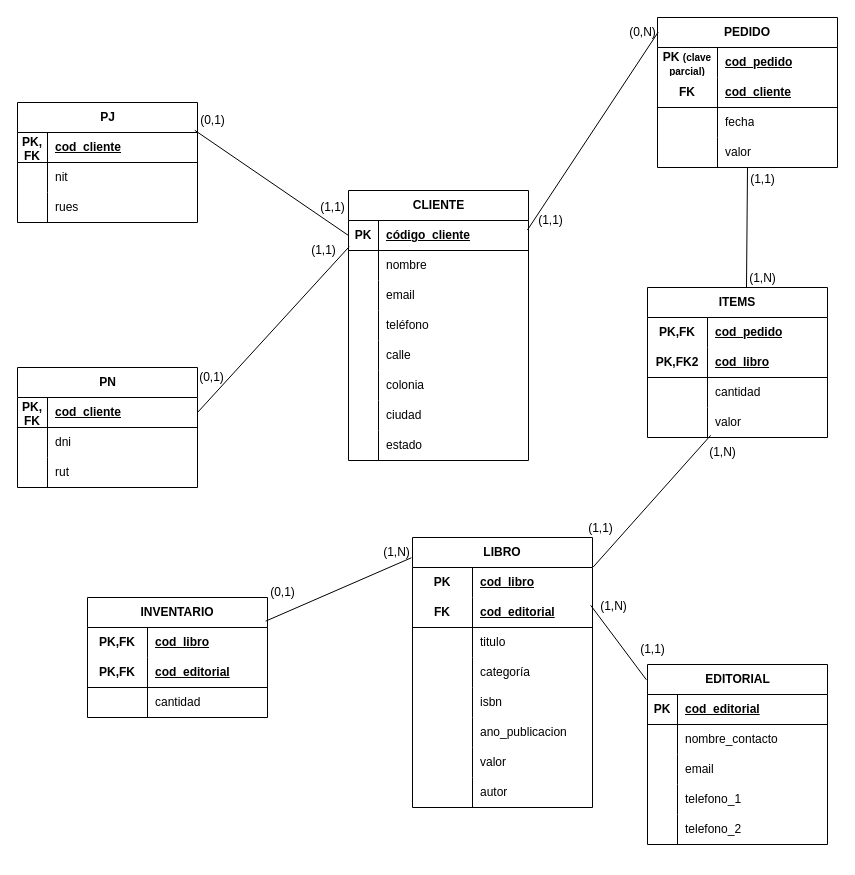
Before: page "Modelo-logico" (2 of 2) of modelo.drawio in MichMDLT/Modelaje-BaseDatos, a draw.io diagram. Source tidied: cells renumbered, new cells numbered last; positions are measured from the earlier drawing's top-left corner, leaving out a move shared by most shapes. Both pictures are drawn from the tidied source at 100%, with x=0, y=0 at pixel (17, 17).
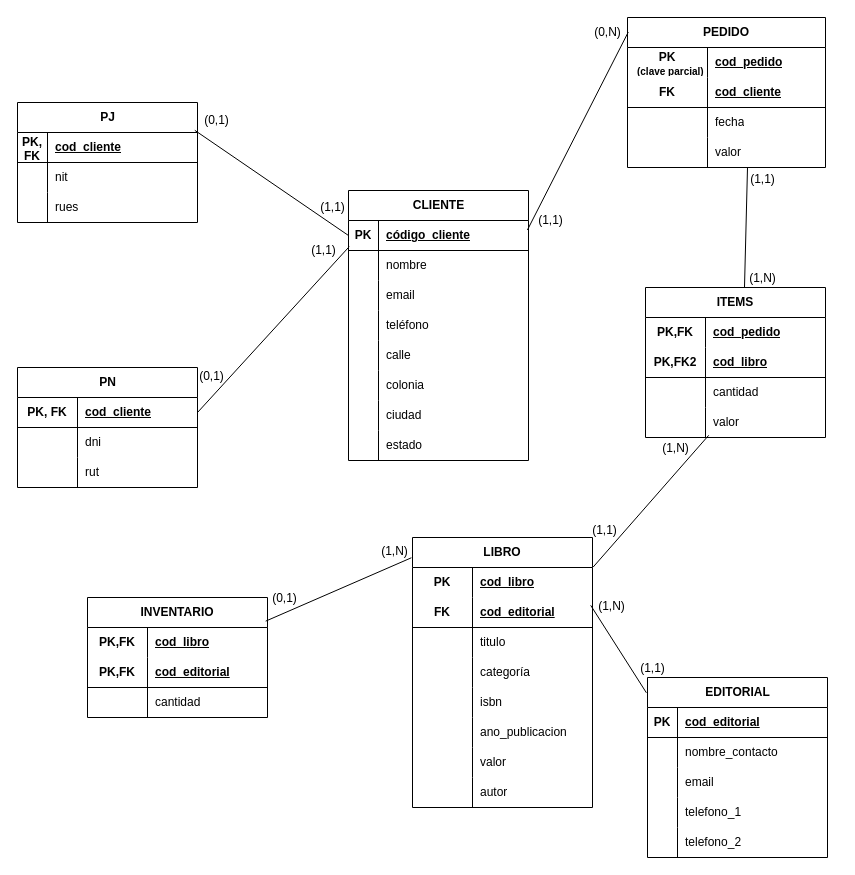
After the change.

Unchanged cells that the change refers to:
```xml
<mxCell id="105" style="shape=tableRow;horizontal=0;startSize=0;swimlaneHead=0;swimlaneBody=0;fillColor=none;points=[[0,0.5],[1,0.5]];portConstraint=eastwest;top=0;left=0;right=0;bottom=1;" parent="104" vertex="1">
  <mxGeometry y="30" width="180" height="30" as="geometry" />
</mxCell>
<mxCell id="108" style="shape=tableRow;horizontal=0;startSize=0;swimlaneHead=0;swimlaneBody=0;fillColor=none;top=0;left=0;right=0;bottom=0;" parent="104" vertex="1">
  <mxGeometry y="60" width="180" height="30" as="geometry" />
</mxCell>
<mxCell id="111" style="shape=tableRow;horizontal=0;startSize=0;swimlaneHead=0;swimlaneBody=0;fillColor=none;top=0;left=0;right=0;bottom=0;" parent="104" vertex="1">
  <mxGeometry y="90" width="180" height="30" as="geometry" />
</mxCell>
```

What changed in the source:
```diff
@@
     <mxCell id="27" value="EDITORIAL" style="shape=table;startSize=30;childLayout=tableLayout;rowLines=0;fontStyle=1;align=center;html=1;" parent="1" vertex="1">
-      <mxGeometry x="630" y="647" width="180" height="180" as="geometry" />
+      <mxGeometry x="630" y="660" width="180" height="180" as="geometry" />
     </mxCell>
@@
     <mxCell id="43" value="PEDIDO" style="shape=table;startSize=30;childLayout=tableLayout;rowLines=0;fontStyle=1;align=center;html=1;whiteSpace=wrap;" parent="1" vertex="1">
-      <mxGeometry x="640" width="180" height="150" as="geometry" />
+      <mxGeometry x="610" width="198" height="150" as="geometry" />
     </mxCell>
     <mxCell id="44" style="shape=tableRow;horizontal=0;startSize=0;swimlaneHead=0;swimlaneBody=0;fillColor=none;top=0;left=0;right=0;bottom=0;html=1;" parent="43" vertex="1">
-      <mxGeometry y="30" width="180" height="30" as="geometry" />
+      <mxGeometry y="30" width="198" height="30" as="geometry" />
     </mxCell>
-    <mxCell id="45" value="PK &lt;font style=&quot;font-size: 10px;&quot;&gt;(clave parcial)&lt;/font&gt;" style="shape=partialRectangle;fillColor=none;top=0;left=0;bottom=0;right=0;fontStyle=1;overflow=hidden;html=1;whiteSpace=wrap;" parent="44" vertex="1">
-      <mxGeometry width="60" height="30" as="geometry" />
+    <mxCell id="45" value="PK&lt;div&gt;&amp;nbsp; &lt;font style=&quot;font-size: 10px;&quot;&gt;(clave parcial)&lt;/font&gt;&lt;/div&gt;" style="shape=partialRectangle;fillColor=none;top=0;left=0;bottom=0;right=0;fontStyle=1;overflow=hidden;html=1;whiteSpace=wrap;" parent="44" vertex="1">
+      <mxGeometry width="80" height="30" as="geometry" />
     </mxCell>
     <mxCell id="46" value="cod_pedido" style="shape=partialRectangle;fillColor=none;top=0;left=0;bottom=0;right=0;align=left;spacingLeft=6;fontStyle=5;overflow=hidden;html=1;whiteSpace=wrap;" parent="44" vertex="1">
-      <mxGeometry x="60" width="120" height="30" as="geometry" />
+      <mxGeometry x="80" width="118" height="30" as="geometry" />
     </mxCell>
     <mxCell id="47" style="shape=tableRow;horizontal=0;startSize=0;swimlaneHead=0;swimlaneBody=0;fillColor=none;top=0;left=0;right=0;bottom=1;html=1;" parent="43" vertex="1">
-      <mxGeometry y="60" width="180" height="30" as="geometry" />
+      <mxGeometry y="60" width="198" height="30" as="geometry" />
     </mxCell>
     <mxCell id="48" value="FK" style="shape=partialRectangle;fillColor=none;top=0;left=0;bottom=0;right=0;fontStyle=1;overflow=hidden;html=1;whiteSpace=wrap;" parent="47" vertex="1">
-      <mxGeometry width="60" height="30" as="geometry" />
+      <mxGeometry width="80" height="30" as="geometry" />
     </mxCell>
     <mxCell id="49" value="cod_cliente" style="shape=partialRectangle;fillColor=none;top=0;left=0;bottom=0;right=0;align=left;spacingLeft=6;fontStyle=5;overflow=hidden;html=1;whiteSpace=wrap;" parent="47" vertex="1">
-      <mxGeometry x="60" width="120" height="30" as="geometry" />
+      <mxGeometry x="80" width="118" height="30" as="geometry" />
     </mxCell>
     <mxCell id="50" style="shape=tableRow;horizontal=0;startSize=0;swimlaneHead=0;swimlaneBody=0;fillColor=none;top=0;left=0;right=0;bottom=0;html=1;" parent="43" vertex="1">
-      <mxGeometry y="90" width="180" height="30" as="geometry" />
+      <mxGeometry y="90" width="198" height="30" as="geometry" />
     </mxCell>
     <mxCell id="51" style="shape=partialRectangle;fillColor=none;top=0;left=0;bottom=0;right=0;overflow=hidden;html=1;whiteSpace=wrap;" parent="50" vertex="1">
-      <mxGeometry width="60" height="30" as="geometry" />
+      <mxGeometry width="80" height="30" as="geometry" />
     </mxCell>
     <mxCell id="52" value="fecha" style="shape=partialRectangle;fillColor=none;top=0;left=0;bottom=0;right=0;align=left;spacingLeft=6;overflow=hidden;html=1;whiteSpace=wrap;" parent="50" vertex="1">
-      <mxGeometry x="60" width="120" height="30" as="geometry" />
+      <mxGeometry x="80" width="118" height="30" as="geometry" />
     </mxCell>
     <mxCell id="53" style="shape=tableRow;horizontal=0;startSize=0;swimlaneHead=0;swimlaneBody=0;fillColor=none;top=0;left=0;right=0;bottom=0;html=1;" parent="43" vertex="1">
-      <mxGeometry y="120" width="180" height="30" as="geometry" />
+      <mxGeometry y="120" width="198" height="30" as="geometry" />
     </mxCell>
     <mxCell id="54" style="shape=partialRectangle;fillColor=none;top=0;left=0;bottom=0;right=0;overflow=hidden;html=1;whiteSpace=wrap;" parent="53" vertex="1">
-      <mxGeometry width="60" height="30" as="geometry" />
+      <mxGeometry width="80" height="30" as="geometry" />
     </mxCell>
     <mxCell id="55" value="valor" style="shape=partialRectangle;fillColor=none;top=0;left=0;bottom=0;right=0;align=left;spacingLeft=6;overflow=hidden;html=1;whiteSpace=wrap;" parent="53" vertex="1">
-      <mxGeometry x="60" width="120" height="30" as="geometry" />
+      <mxGeometry x="80" width="118" height="30" as="geometry" />
     </mxCell>
@@
     <mxCell id="91" value="ITEMS" style="shape=table;startSize=30;childLayout=tableLayout;rowLines=0;fontStyle=1;align=center;html=1;whiteSpace=wrap;" parent="1" vertex="1">
-      <mxGeometry x="630" y="270" width="180" height="150" as="geometry" />
+      <mxGeometry x="628" y="270" width="180" height="150" as="geometry" />
     </mxCell>
@@
     <mxCell id="106" value="PK, FK" style="shape=partialRectangle;fillColor=none;top=0;left=0;bottom=0;right=0;fontStyle=1;overflow=hidden;whiteSpace=wrap;html=1;" parent="105" vertex="1">
-      <mxGeometry width="30" height="30" as="geometry" />
+      <mxGeometry width="60" height="30" as="geometry" />
     </mxCell>
     <mxCell id="107" value="cod_cliente" style="shape=partialRectangle;fillColor=none;top=0;left=0;bottom=0;right=0;align=left;spacingLeft=6;fontStyle=5;overflow=hidden;whiteSpace=wrap;html=1;" parent="105" vertex="1">
-      <mxGeometry x="30" width="150" height="30" as="geometry" />
+      <mxGeometry x="60" width="120" height="30" as="geometry" />
     </mxCell>
@@
     <mxCell id="109" style="shape=partialRectangle;fillColor=none;top=0;left=0;bottom=0;right=0;overflow=hidden;whiteSpace=wrap;html=1;" parent="108" vertex="1">
-      <mxGeometry width="30" height="30" as="geometry" />
+      <mxGeometry width="60" height="30" as="geometry" />
     </mxCell>
     <mxCell id="110" value="dni" style="shape=partialRectangle;fillColor=none;top=0;left=0;bottom=0;right=0;align=left;spacingLeft=6;overflow=hidden;whiteSpace=wrap;html=1;" parent="108" vertex="1">
-      <mxGeometry x="30" width="150" height="30" as="geometry" />
+      <mxGeometry x="60" width="120" height="30" as="geometry" />
     </mxCell>
@@
     <mxCell id="112" style="shape=partialRectangle;fillColor=none;top=0;left=0;bottom=0;right=0;overflow=hidden;whiteSpace=wrap;html=1;" parent="111" vertex="1">
-      <mxGeometry width="30" height="30" as="geometry" />
+      <mxGeometry width="60" height="30" as="geometry" />
     </mxCell>
     <mxCell id="113" value="rut" style="shape=partialRectangle;fillColor=none;top=0;left=0;bottom=0;right=0;align=left;spacingLeft=6;overflow=hidden;whiteSpace=wrap;html=1;" parent="111" vertex="1">
-      <mxGeometry x="30" width="150" height="30" as="geometry" />
+      <mxGeometry x="60" width="120" height="30" as="geometry" />
     </mxCell>
@@
     <mxCell id="131" value="(0,1)" style="text;html=1;align=center;verticalAlign=middle;strokeColor=none;fillColor=none;" parent="1" vertex="1">
-      <mxGeometry x="170" y="88" width="50" height="30" as="geometry" />
+      <mxGeometry x="174" y="88" width="50" height="30" as="geometry" />
     </mxCell>
     <mxCell id="132" value="(0,1)" style="text;html=1;align=center;verticalAlign=middle;strokeColor=none;fillColor=none;" parent="1" vertex="1">
-      <mxGeometry x="169" y="345" width="50" height="30" as="geometry" />
+      <mxGeometry x="169" y="344" width="50" height="30" as="geometry" />
     </mxCell>
@@
     <mxCell id="137" value="(0,N)" style="text;html=1;align=center;verticalAlign=middle;strokeColor=none;fillColor=none;" parent="1" vertex="1">
-      <mxGeometry x="600" width="50" height="30" as="geometry" />
+      <mxGeometry x="565" width="50" height="30" as="geometry" />
     </mxCell>
@@
     <mxCell id="139" value="(1,1)" style="text;html=1;align=center;verticalAlign=middle;strokeColor=none;fillColor=none;" parent="1" vertex="1">
-      <mxGeometry x="558" y="496" width="50" height="30" as="geometry" />
+      <mxGeometry x="562" y="498" width="50" height="30" as="geometry" />
     </mxCell>
     <mxCell id="140" value="(0,1)" style="text;html=1;align=center;verticalAlign=middle;strokeColor=none;fillColor=none;" parent="1" vertex="1">
-      <mxGeometry x="240" y="560" width="50" height="30" as="geometry" />
+      <mxGeometry x="242" y="566" width="50" height="30" as="geometry" />
     </mxCell>
     <mxCell id="141" value="(1,N)" style="text;html=1;align=center;verticalAlign=middle;strokeColor=none;fillColor=none;" parent="1" vertex="1">
-      <mxGeometry x="354" y="520" width="50" height="30" as="geometry" />
+      <mxGeometry x="352" y="519" width="50" height="30" as="geometry" />
     </mxCell>
     <mxCell id="142" value="(1,N)" style="text;html=1;align=center;verticalAlign=middle;strokeColor=none;fillColor=none;" parent="1" vertex="1">
-      <mxGeometry x="680" y="420" width="50" height="30" as="geometry" />
+      <mxGeometry x="633" y="416" width="50" height="30" as="geometry" />
     </mxCell>
     <mxCell id="143" value="(1,N)" style="text;html=1;align=center;verticalAlign=middle;strokeColor=none;fillColor=none;" parent="1" vertex="1">
-      <mxGeometry x="571" y="574" width="50" height="30" as="geometry" />
+      <mxGeometry x="569" y="574" width="50" height="30" as="geometry" />
     </mxCell>
     <mxCell id="144" value="(1,1)" style="text;html=1;align=center;verticalAlign=middle;strokeColor=none;fillColor=none;" parent="1" vertex="1">
-      <mxGeometry x="610" y="617" width="50" height="30" as="geometry" />
+      <mxGeometry x="610" y="636" width="50" height="30" as="geometry" />
     </mxCell>
```
